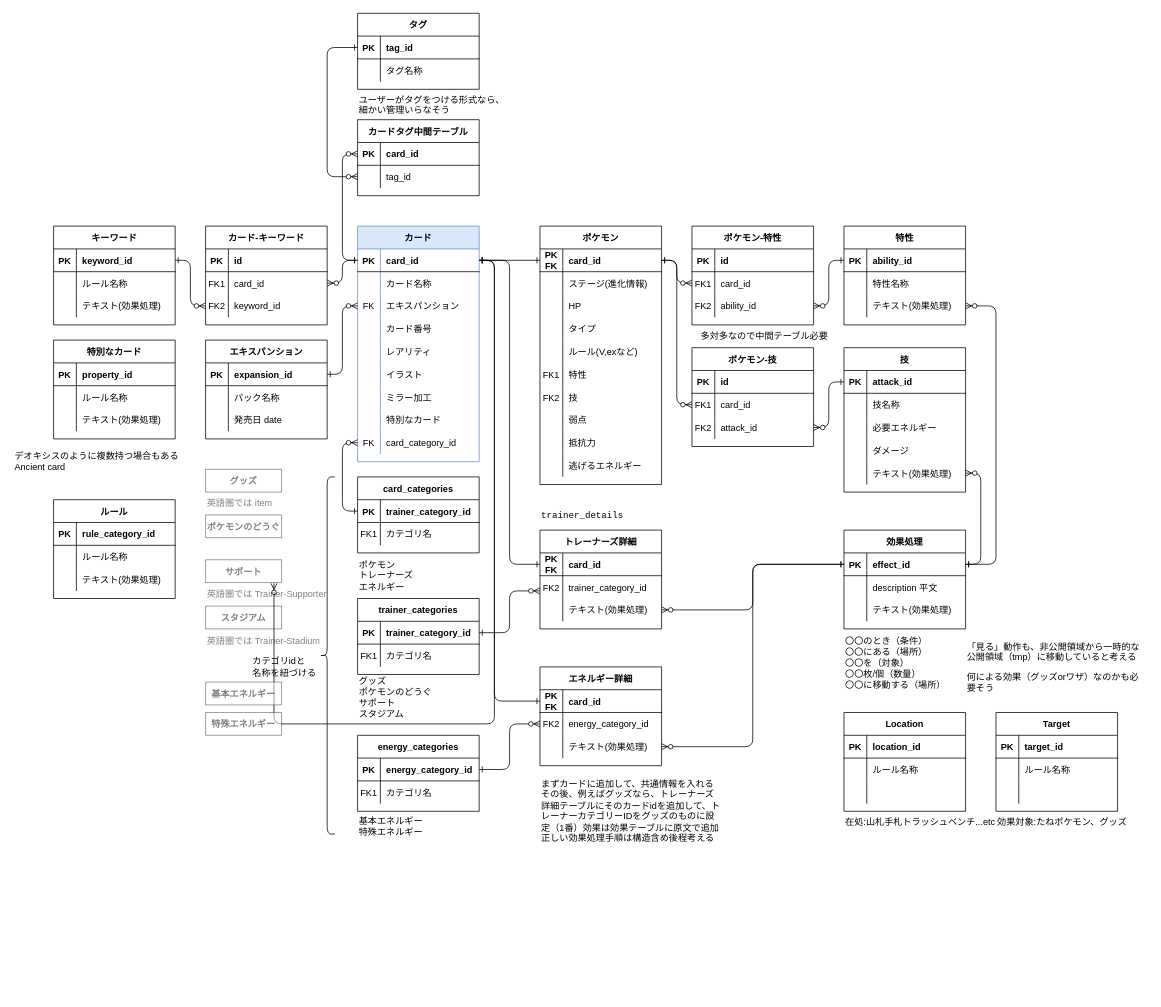
tinatamago/ptcg keeps this draw.io diagram as page "ER図ver2" (4 of 10) of データベース草案.drawio. Above is the earlier version. Source tidied: cells renumbered, new cells numbered last; positions are measured from the earlier drawing's top-left corner, leaving out a move shared by most shapes. Both pictures are drawn from the tidied source at 76%, with x=0, y=0 at pixel (13, 13).
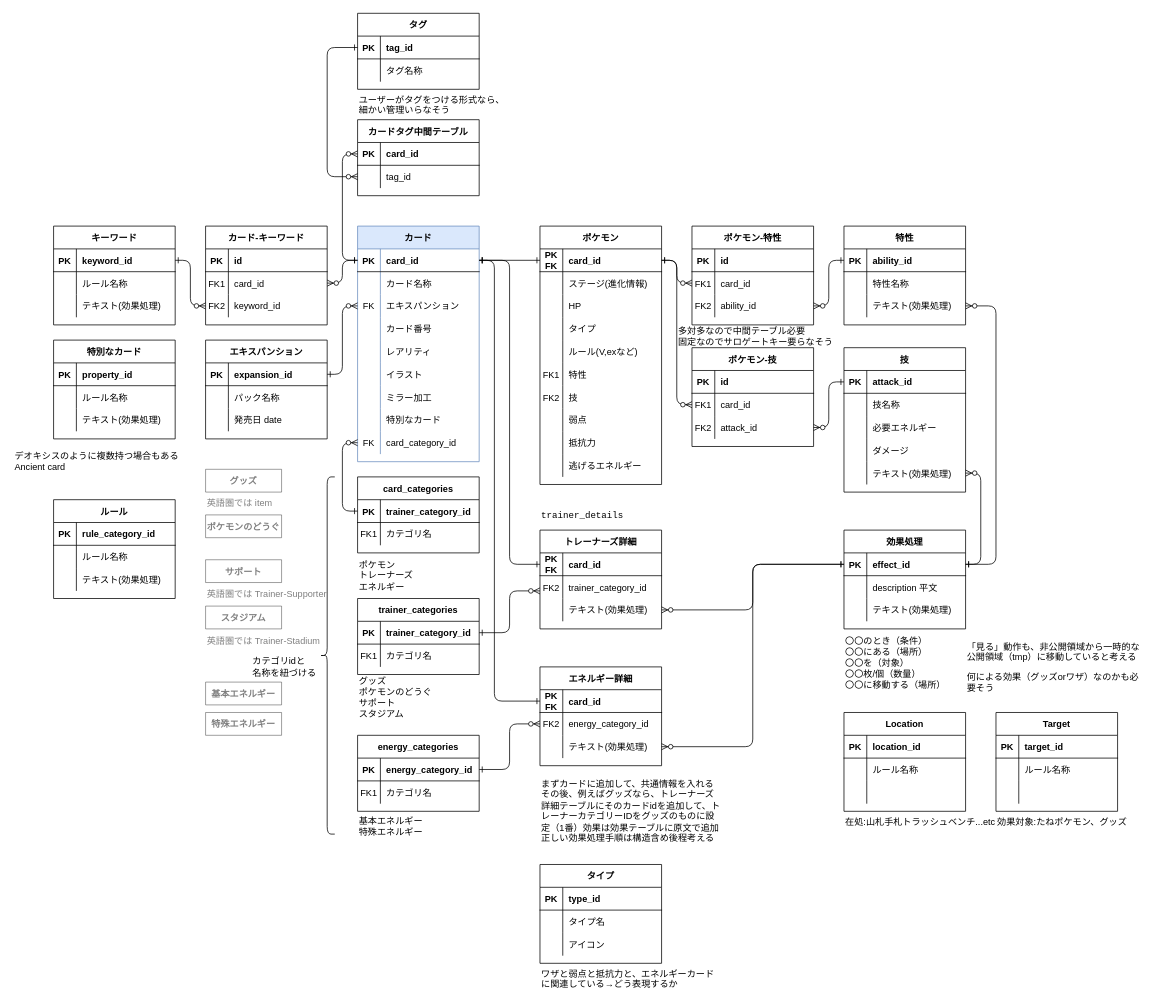
After the change.

Commit message:
データベース草案.drawio を更新します

Unchanged cells that the change refers to:
```xml
<mxCell id="30" style="shape=partialRectangle;fillColor=none;points=[[0,0.5],[1,0.5]];portConstraint=eastwest;top=0;left=0;right=0;bottom=1;" parent="29" vertex="1">
  <mxGeometry y="30" width="160" height="30" as="geometry" />
</mxCell>
```

The edit, as a diff of the source:
```diff
@@
-    <mxCell id="128" style="edgeStyle=orthogonalEdgeStyle;endArrow=ERzeroToMany;startArrow=ERone;endFill=1;startFill=0;" parent="1" edge="1" source="30">
-      <mxGeometry relative="1" as="geometry">
-        <mxPoint x="343" y="750" as="targetPoint" />
-        <Array as="points">
-          <mxPoint x="633" y="325" />
-          <mxPoint x="633" y="935" />
-        </Array>
-      </mxGeometry>
-    </mxCell>
@@
-    <mxCell id="144" value="多対多なので中間テーブル必要" style="text;html=1;align=center;verticalAlign=middle;strokeColor=none;fillColor=none;" parent="1" vertex="1">
-      <mxGeometry x="893" y="410" width="190" height="30" as="geometry" />
+    <mxCell id="144" value="多対多なので中間テーブル必要&lt;br&gt;&lt;div style=&quot;&quot;&gt;&lt;span style=&quot;background-color: transparent; color: light-dark(rgb(0, 0, 0), rgb(255, 255, 255));&quot;&gt;固定なのでサロゲートキー要らなそう&lt;/span&gt;&lt;/div&gt;" style="text;html=1;align=left;verticalAlign=middle;strokeColor=none;fillColor=none;" parent="1" vertex="1">
+      <mxGeometry x="873" y="405" width="230" height="40" as="geometry" />
     </mxCell>
@@
+    <mxCell id="286" value="タイプ" style="shape=table;startSize=30;childLayout=tableLayout;rowLines=0;fontStyle=1;align=center;" parent="1" vertex="1">
+      <mxGeometry x="693" y="1120" width="160" height="130" as="geometry" />
+    </mxCell>
+    <mxCell id="287" style="shape=partialRectangle;fillColor=none;top=0;left=0;right=0;bottom=1;" parent="286" vertex="1">
+      <mxGeometry y="30" width="160" height="30" as="geometry" />
+    </mxCell>
+    <mxCell id="288" value="PK" style="shape=partialRectangle;overflow=hidden;fillColor=none;top=0;left=0;bottom=0;right=0;fontStyle=1;" parent="287" vertex="1">
+      <mxGeometry width="30" height="30" as="geometry" />
+    </mxCell>
+    <mxCell id="289" value="type_id" style="shape=partialRectangle;overflow=hidden;fillColor=none;top=0;left=0;bottom=0;right=0;align=left;spacingLeft=6;fontStyle=1;" parent="287" vertex="1">
+      <mxGeometry x="30" width="130" height="30" as="geometry" />
+    </mxCell>
+    <mxCell id="290" style="shape=partialRectangle;fillColor=none;top=0;left=0;right=0;bottom=0;" parent="286" vertex="1">
+      <mxGeometry y="60" width="160" height="30" as="geometry" />
+    </mxCell>
+    <mxCell id="291" style="shape=partialRectangle;overflow=hidden;fillColor=none;top=0;left=0;bottom=0;right=0;" parent="290" vertex="1">
+      <mxGeometry width="30" height="30" as="geometry" />
+    </mxCell>
+    <mxCell id="292" value="タイプ名" style="shape=partialRectangle;overflow=hidden;fillColor=none;top=0;left=0;bottom=0;right=0;align=left;spacingLeft=6;" parent="290" vertex="1">
+      <mxGeometry x="30" width="130" height="30" as="geometry" />
+    </mxCell>
+    <mxCell id="293" style="shape=partialRectangle;fillColor=none;top=0;left=0;right=0;bottom=0;" parent="286" vertex="1">
+      <mxGeometry y="90" width="160" height="30" as="geometry" />
+    </mxCell>
+    <mxCell id="294" style="shape=partialRectangle;overflow=hidden;fillColor=none;top=0;left=0;bottom=0;right=0;" parent="293" vertex="1">
+      <mxGeometry width="30" height="30" as="geometry" />
+    </mxCell>
+    <mxCell id="295" value="アイコン" style="shape=partialRectangle;overflow=hidden;fillColor=none;top=0;left=0;bottom=0;right=0;align=left;spacingLeft=6;" parent="293" vertex="1">
+      <mxGeometry x="30" width="130" height="30" as="geometry" />
+    </mxCell>
+    <mxCell id="296" value="ワザと弱点と抵抗力と、エネルギーカードに関連している→どう表現するか" style="text;whiteSpace=wrap;html=1;" parent="1" vertex="1">
+      <mxGeometry x="693" y="1250" width="240" height="40" as="geometry" />
+    </mxCell>
```
